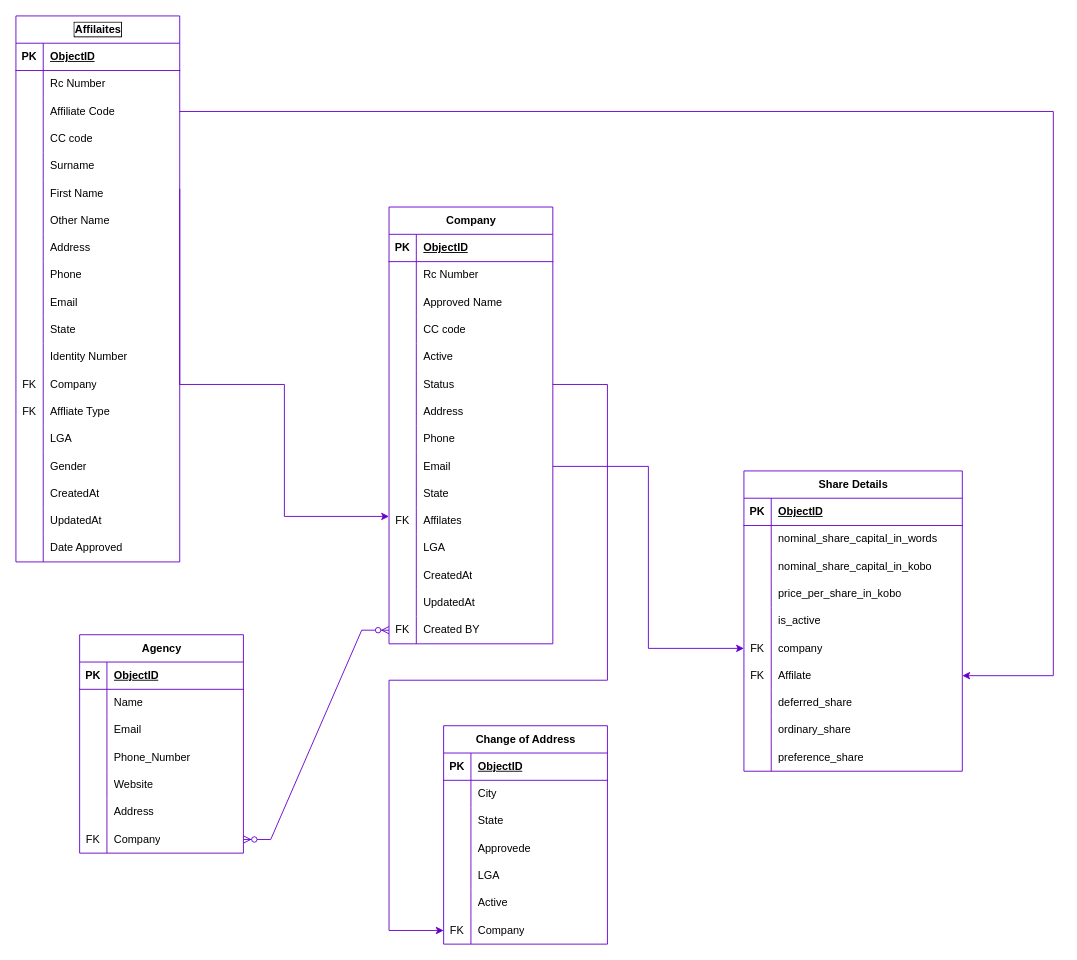
Before: models/Untitled Diagram.drawio in ketdev-og/stackoverflow_test, a draw.io diagram. Source tidied: cells renumbered, new cells numbered last; positions are measured from the earlier drawing's top-left corner, leaving out a move shared by most shapes. Both pictures are drawn from the tidied source at 91%, with x=0, y=0 at pixel (15, 15).
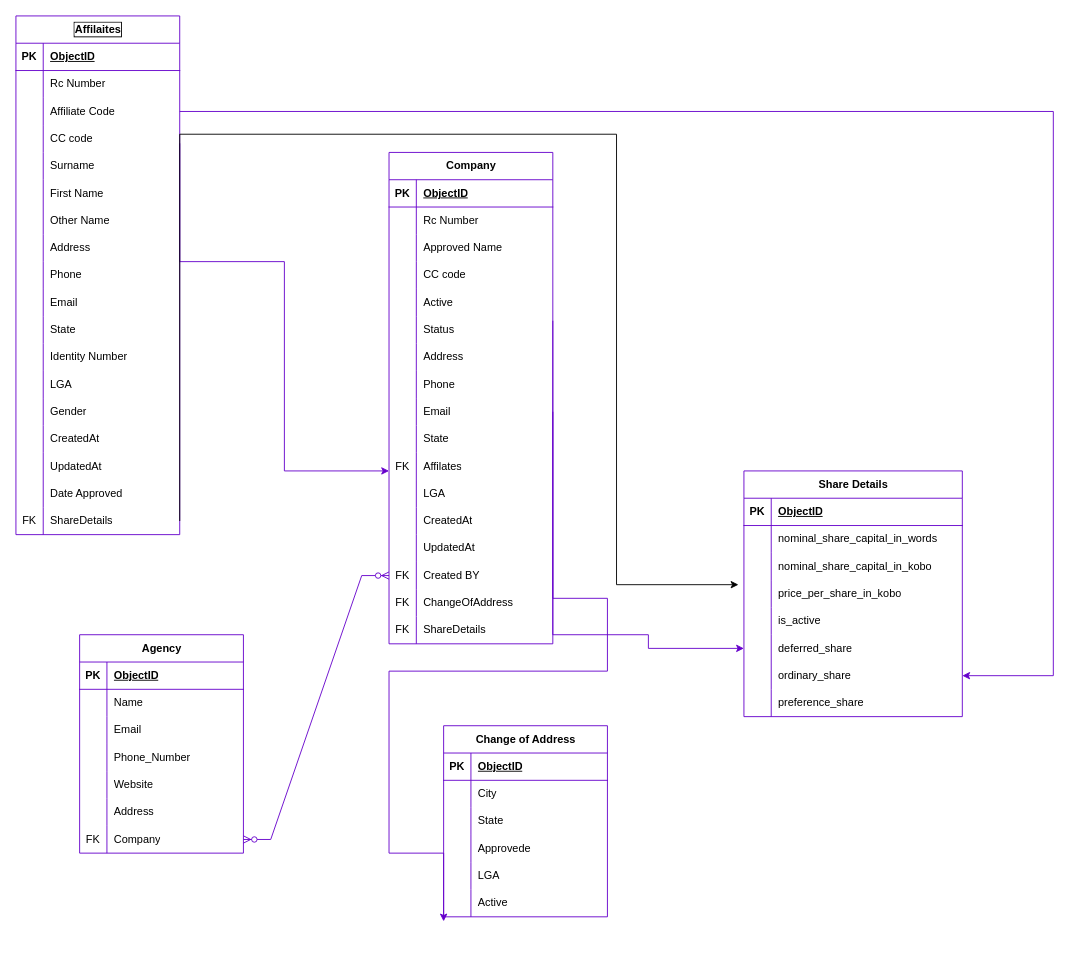
Above is the later version.

Unchanged cells that the change refers to:
```xml
<mxCell id="9" style="shape=tableRow;horizontal=0;startSize=0;swimlaneHead=0;swimlaneBody=0;fillColor=none;points=[[0,0.5],[1,0.5]];portConstraint=eastwest;top=0;left=0;right=0;bottom=0;fontColor=#000000;strokeColor=#6600CC;" parent="2" vertex="1">
  <mxGeometry y="90" width="180" height="30" as="geometry" />
</mxCell>
<mxCell id="76" style="shape=tableRow;horizontal=0;startSize=0;swimlaneHead=0;swimlaneBody=0;fillColor=none;points=[[0,0.5],[1,0.5]];portConstraint=eastwest;top=0;left=0;right=0;bottom=0;fontColor=#000000;strokeColor=#6600CC;" parent="60" vertex="1">
  <mxGeometry y="180" width="180" height="30" as="geometry" />
</mxCell>
<mxCell id="85" style="shape=tableRow;horizontal=0;startSize=0;swimlaneHead=0;swimlaneBody=0;fillColor=none;points=[[0,0.5],[1,0.5]];portConstraint=eastwest;top=0;left=0;right=0;bottom=0;fontColor=#000000;strokeColor=#6600CC;" parent="60" vertex="1">
  <mxGeometry y="270" width="180" height="30" as="geometry" />
</mxCell>
<mxCell id="139" style="shape=tableRow;horizontal=0;startSize=0;swimlaneHead=0;swimlaneBody=0;fillColor=none;points=[[0,0.5],[1,0.5]];portConstraint=eastwest;top=0;left=0;right=0;bottom=0;fontColor=#000000;strokeColor=#6600CC;" parent="129" vertex="1">
  <mxGeometry y="120" width="240" height="30" as="geometry" />
</mxCell>
```

Change to the diagram source:
```diff
@@
     <mxCell id="2" value="&lt;font color=&quot;#000000&quot; style=&quot;background-color: rgb(255, 255, 255);&quot;&gt;Affilaites&lt;/font&gt;" style="shape=table;startSize=30;childLayout=tableLayout;rowLines=0;fontStyle=1;align=center;html=1;fontColor=#FFFFFF;strokeColor=#6600CC;labelBackgroundColor=default;labelBorderColor=default;fillColor=#FFFFFF;" parent="1" vertex="1">
-      <mxGeometry width="180" height="600" as="geometry" />
+      <mxGeometry width="180" height="570" as="geometry" />
     </mxCell>
@@
-    <mxCell id="39" style="shape=tableRow;horizontal=0;startSize=0;swimlaneHead=0;swimlaneBody=0;fillColor=none;top=0;left=0;right=0;bottom=0;fontColor=#000000;strokeColor=#6600CC;" parent="2" vertex="1">
-      <mxGeometry y="390" width="180" height="30" as="geometry" />
-    </mxCell>
-    <mxCell id="40" value="FK" style="shape=partialRectangle;fillColor=none;top=0;left=0;bottom=0;right=0;overflow=hidden;whiteSpace=wrap;html=1;fontColor=#000000;strokeColor=#6600CC;" parent="39" vertex="1">
-      <mxGeometry width="30" height="30" as="geometry" />
-    </mxCell>
-    <mxCell id="41" value="Company" style="shape=partialRectangle;fillColor=none;top=0;left=0;bottom=0;right=0;align=left;spacingLeft=6;overflow=hidden;whiteSpace=wrap;html=1;fontColor=#000000;strokeColor=#6600CC;" parent="39" vertex="1">
-      <mxGeometry x="30" width="150" height="30" as="geometry" />
-    </mxCell>
-    <mxCell id="42" style="shape=tableRow;horizontal=0;startSize=0;swimlaneHead=0;swimlaneBody=0;fillColor=none;top=0;left=0;right=0;bottom=0;fontColor=#000000;strokeColor=#6600CC;" parent="2" vertex="1">
-      <mxGeometry y="420" width="180" height="30" as="geometry" />
-    </mxCell>
-    <mxCell id="43" value="FK" style="shape=partialRectangle;fillColor=none;top=0;left=0;bottom=0;right=0;overflow=hidden;whiteSpace=wrap;html=1;fontColor=#000000;strokeColor=#6600CC;" parent="42" vertex="1">
-      <mxGeometry width="30" height="30" as="geometry" />
-    </mxCell>
-    <mxCell id="44" value="Affliate Type" style="shape=partialRectangle;fillColor=none;top=0;left=0;bottom=0;right=0;align=left;spacingLeft=6;overflow=hidden;whiteSpace=wrap;html=1;fontColor=#000000;strokeColor=#6600CC;" parent="42" vertex="1">
-      <mxGeometry x="30" width="150" height="30" as="geometry" />
-    </mxCell>
     <mxCell id="45" style="shape=tableRow;horizontal=0;startSize=0;swimlaneHead=0;swimlaneBody=0;fillColor=none;top=0;left=0;right=0;bottom=0;fontColor=#000000;strokeColor=#6600CC;" parent="2" vertex="1">
-      <mxGeometry y="450" width="180" height="30" as="geometry" />
+      <mxGeometry y="390" width="180" height="30" as="geometry" />
     </mxCell>
@@
     <mxCell id="48" style="shape=tableRow;horizontal=0;startSize=0;swimlaneHead=0;swimlaneBody=0;fillColor=none;top=0;left=0;right=0;bottom=0;fontColor=#000000;strokeColor=#6600CC;" parent="2" vertex="1">
-      <mxGeometry y="480" width="180" height="30" as="geometry" />
+      <mxGeometry y="420" width="180" height="30" as="geometry" />
     </mxCell>
@@
     <mxCell id="51" style="shape=tableRow;horizontal=0;startSize=0;swimlaneHead=0;swimlaneBody=0;fillColor=none;top=0;left=0;right=0;bottom=0;fontColor=#000000;strokeColor=#6600CC;" parent="2" vertex="1">
-      <mxGeometry y="510" width="180" height="30" as="geometry" />
+      <mxGeometry y="450" width="180" height="30" as="geometry" />
     </mxCell>
@@
     <mxCell id="54" style="shape=tableRow;horizontal=0;startSize=0;swimlaneHead=0;swimlaneBody=0;fillColor=none;top=0;left=0;right=0;bottom=0;fontColor=#000000;strokeColor=#6600CC;" parent="2" vertex="1">
-      <mxGeometry y="540" width="180" height="30" as="geometry" />
+      <mxGeometry y="480" width="180" height="30" as="geometry" />
     </mxCell>
@@
     <mxCell id="57" style="shape=tableRow;horizontal=0;startSize=0;swimlaneHead=0;swimlaneBody=0;fillColor=none;top=0;left=0;right=0;bottom=0;fontColor=#000000;strokeColor=#6600CC;" parent="2" vertex="1">
-      <mxGeometry y="570" width="180" height="30" as="geometry" />
+      <mxGeometry y="510" width="180" height="30" as="geometry" />
     </mxCell>
@@
+    <mxCell id="186" style="shape=tableRow;horizontal=0;startSize=0;swimlaneHead=0;swimlaneBody=0;fillColor=none;points=[[0,0.5],[1,0.5]];portConstraint=eastwest;top=0;left=0;right=0;bottom=0;fontColor=#000000;strokeColor=#6600CC;" parent="2" vertex="1">
+      <mxGeometry y="540" width="180" height="30" as="geometry" />
+    </mxCell>
+    <mxCell id="187" value="FK" style="shape=partialRectangle;fillColor=none;top=0;left=0;bottom=0;right=0;overflow=hidden;whiteSpace=wrap;html=1;fontColor=#000000;strokeColor=#6600CC;" parent="186" vertex="1">
+      <mxGeometry width="30" height="30" as="geometry" />
+    </mxCell>
+    <mxCell id="188" value="ShareDetails" style="shape=partialRectangle;fillColor=none;top=0;left=0;bottom=0;right=0;align=left;spacingLeft=6;overflow=hidden;whiteSpace=wrap;html=1;fontColor=#000000;strokeColor=#6600CC;" parent="186" vertex="1">
+      <mxGeometry x="30" width="150" height="30" as="geometry" />
+    </mxCell>
     <mxCell id="60" value="&lt;font style=&quot;background-color: rgb(255, 255, 255);&quot; color=&quot;#030303&quot;&gt;Company&lt;/font&gt;" style="shape=table;startSize=30;childLayout=tableLayout;rowLines=0;fontStyle=1;align=center;html=1;fontColor=#000000;strokeColor=#6600CC;labelBackgroundColor=default;fillColor=#FFFFFF;" parent="1" vertex="1">
-      <mxGeometry x="410" y="210" width="180" height="480" as="geometry" />
+      <mxGeometry x="410" y="150" width="180" height="540" as="geometry" />
     </mxCell>
@@
+    <mxCell id="189" style="shape=tableRow;horizontal=0;startSize=0;swimlaneHead=0;swimlaneBody=0;fillColor=none;top=0;left=0;right=0;bottom=0;fontColor=#000000;strokeColor=#6600CC;" parent="60" vertex="1">
+      <mxGeometry y="480" width="180" height="30" as="geometry" />
+    </mxCell>
+    <mxCell id="190" value="FK" style="shape=partialRectangle;fillColor=none;top=0;left=0;bottom=0;right=0;overflow=hidden;whiteSpace=wrap;html=1;fontColor=#000000;strokeColor=#6600CC;" parent="189" vertex="1">
+      <mxGeometry width="30" height="30" as="geometry" />
+    </mxCell>
+    <mxCell id="191" value="ChangeOfAddress" style="shape=partialRectangle;fillColor=none;top=0;left=0;bottom=0;right=0;align=left;spacingLeft=6;overflow=hidden;whiteSpace=wrap;html=1;fontColor=#000000;strokeColor=#6600CC;" parent="189" vertex="1">
+      <mxGeometry x="30" width="150" height="30" as="geometry" />
+    </mxCell>
+    <mxCell id="192" style="shape=tableRow;horizontal=0;startSize=0;swimlaneHead=0;swimlaneBody=0;fillColor=none;top=0;left=0;right=0;bottom=0;fontColor=#000000;strokeColor=#6600CC;" parent="60" vertex="1">
+      <mxGeometry y="510" width="180" height="30" as="geometry" />
+    </mxCell>
+    <mxCell id="193" value="FK" style="shape=partialRectangle;fillColor=none;top=0;left=0;bottom=0;right=0;overflow=hidden;whiteSpace=wrap;html=1;fontColor=#000000;strokeColor=#6600CC;" parent="192" vertex="1">
+      <mxGeometry width="30" height="30" as="geometry" />
+    </mxCell>
+    <mxCell id="194" value="ShareDetails" style="shape=partialRectangle;fillColor=none;top=0;left=0;bottom=0;right=0;align=left;spacingLeft=6;overflow=hidden;whiteSpace=wrap;html=1;fontColor=#000000;strokeColor=#6600CC;" parent="192" vertex="1">
+      <mxGeometry x="30" width="150" height="30" as="geometry" />
+    </mxCell>
     <mxCell id="106" style="edgeStyle=orthogonalEdgeStyle;rounded=0;orthogonalLoop=1;jettySize=auto;html=1;exitX=1;exitY=0.5;exitDx=0;exitDy=0;entryX=0;entryY=0.5;entryDx=0;entryDy=0;fontColor=#000000;strokeColor=#6600CC;" parent="1" edge="1">
       <mxGeometry relative="1" as="geometry">
-        <mxPoint x="180" y="190" as="sourcePoint" />
-        <mxPoint x="410" y="550" as="targetPoint" />
+        <mxPoint x="180" y="140" as="sourcePoint" />
+        <mxPoint x="410" y="500" as="targetPoint" />
         <Array as="points">
-          <mxPoint x="180" y="405" />
-          <mxPoint x="295" y="405" />
-          <mxPoint x="295" y="550" />
+          <mxPoint x="180" y="270" />
+          <mxPoint x="295" y="270" />
+          <mxPoint x="295" y="500" />
         </Array>
       </mxGeometry>
     </mxCell>
@@
     <mxCell id="129" value="&lt;font style=&quot;background-color: rgb(255, 255, 255);&quot;&gt;Share Details&lt;/font&gt;" style="shape=table;startSize=30;childLayout=tableLayout;rowLines=0;fontStyle=1;align=center;html=1;fontColor=#000000;strokeColor=#6600CC;fillColor=#FFFFFF;" parent="1" vertex="1">
-      <mxGeometry x="800" y="500" width="240" height="330" as="geometry" />
+      <mxGeometry x="800" y="500" width="240" height="270" as="geometry" />
     </mxCell>
@@
-    <mxCell id="145" style="shape=tableRow;horizontal=0;startSize=0;swimlaneHead=0;swimlaneBody=0;fillColor=none;points=[[0,0.5],[1,0.5]];portConstraint=eastwest;top=0;left=0;right=0;bottom=0;fontColor=#000000;strokeColor=#6600CC;" parent="129" vertex="1">
-      <mxGeometry y="180" width="240" height="30" as="geometry" />
-    </mxCell>
-    <mxCell id="146" value="FK" style="shape=partialRectangle;fillColor=none;top=0;left=0;bottom=0;right=0;overflow=hidden;whiteSpace=wrap;html=1;fontColor=#000000;strokeColor=#6600CC;" parent="145" vertex="1">
-      <mxGeometry width="30" height="30" as="geometry" />
-    </mxCell>
-    <mxCell id="147" value="company" style="shape=partialRectangle;fillColor=none;top=0;left=0;bottom=0;right=0;align=left;spacingLeft=6;overflow=hidden;whiteSpace=wrap;html=1;fontColor=#000000;strokeColor=#6600CC;" parent="145" vertex="1">
-      <mxGeometry x="30" width="210" height="30" as="geometry" />
-    </mxCell>
-    <mxCell id="148" style="shape=tableRow;horizontal=0;startSize=0;swimlaneHead=0;swimlaneBody=0;fillColor=none;points=[[0,0.5],[1,0.5]];portConstraint=eastwest;top=0;left=0;right=0;bottom=0;fontColor=#000000;strokeColor=#6600CC;" parent="129" vertex="1">
-      <mxGeometry y="210" width="240" height="30" as="geometry" />
-    </mxCell>
-    <mxCell id="149" value="FK" style="shape=partialRectangle;fillColor=none;top=0;left=0;bottom=0;right=0;overflow=hidden;whiteSpace=wrap;html=1;fontColor=#000000;strokeColor=#6600CC;" parent="148" vertex="1">
-      <mxGeometry width="30" height="30" as="geometry" />
-    </mxCell>
-    <mxCell id="150" value="Affilate" style="shape=partialRectangle;fillColor=none;top=0;left=0;bottom=0;right=0;align=left;spacingLeft=6;overflow=hidden;whiteSpace=wrap;html=1;fontColor=#000000;strokeColor=#6600CC;" parent="148" vertex="1">
-      <mxGeometry x="30" width="210" height="30" as="geometry" />
-    </mxCell>
     <mxCell id="151" style="shape=tableRow;horizontal=0;startSize=0;swimlaneHead=0;swimlaneBody=0;fillColor=none;top=0;left=0;right=0;bottom=0;fontColor=#000000;strokeColor=#6600CC;" parent="129" vertex="1">
-      <mxGeometry y="240" width="240" height="30" as="geometry" />
+      <mxGeometry y="180" width="240" height="30" as="geometry" />
     </mxCell>
@@
     <mxCell id="154" style="shape=tableRow;horizontal=0;startSize=0;swimlaneHead=0;swimlaneBody=0;fillColor=none;top=0;left=0;right=0;bottom=0;fontColor=#000000;strokeColor=#6600CC;" parent="129" vertex="1">
-      <mxGeometry y="270" width="240" height="30" as="geometry" />
+      <mxGeometry y="210" width="240" height="30" as="geometry" />
     </mxCell>
@@
     <mxCell id="157" style="shape=tableRow;horizontal=0;startSize=0;swimlaneHead=0;swimlaneBody=0;fillColor=none;top=0;left=0;right=0;bottom=0;fontColor=#000000;strokeColor=#6600CC;" parent="129" vertex="1">
-      <mxGeometry y="300" width="240" height="30" as="geometry" />
+      <mxGeometry y="240" width="240" height="30" as="geometry" />
     </mxCell>
@@
-    <mxCell id="160" style="edgeStyle=orthogonalEdgeStyle;rounded=0;jettySize=auto;html=1;exitX=1;exitY=0.5;exitDx=0;exitDy=0;entryX=1;entryY=0.5;entryDx=0;entryDy=0;fontColor=#000000;strokeColor=#6600CC;" parent="1" edge="1" source="9" target="148">
+    <mxCell id="160" style="edgeStyle=orthogonalEdgeStyle;rounded=0;jettySize=auto;html=1;exitX=1;exitY=0.5;exitDx=0;exitDy=0;entryX=1;entryY=0.5;entryDx=0;entryDy=0;fontColor=#000000;strokeColor=#6600CC;" parent="1" edge="1" source="9">
       <mxGeometry relative="1" as="geometry">
+        <mxPoint x="1040" y="725" as="targetPoint" />
         <Array as="points">
           <mxPoint x="1140" y="105" />
           <mxPoint x="1140" y="725" />
         </Array>
       </mxGeometry>
     </mxCell>
-    <mxCell id="161" style="edgeStyle=orthogonalEdgeStyle;rounded=0;jettySize=auto;html=1;exitX=1;exitY=0.5;exitDx=0;exitDy=0;entryX=0;entryY=0.5;entryDx=0;entryDy=0;fontColor=#000000;strokeColor=#6600CC;" parent="1" edge="1" source="85" target="145">
-      <mxGeometry relative="1" as="geometry" />
+    <mxCell id="161" style="edgeStyle=orthogonalEdgeStyle;rounded=0;jettySize=auto;html=1;exitX=1;exitY=0.5;exitDx=0;exitDy=0;entryX=0;entryY=0.5;entryDx=0;entryDy=0;fontColor=#000000;strokeColor=#6600CC;" parent="1" edge="1" source="85">
+      <mxGeometry relative="1" as="geometry">
+        <mxPoint x="800" y="695" as="targetPoint" />
+        <Array as="points">
+          <mxPoint x="590" y="680" />
+          <mxPoint x="695" y="680" />
+          <mxPoint x="695" y="695" />
+        </Array>
+      </mxGeometry>
     </mxCell>
     <mxCell id="162" value="&lt;font style=&quot;background-color: rgb(255, 255, 255);&quot; color=&quot;#000000&quot;&gt;Change of Address&lt;/font&gt;" style="shape=table;startSize=30;childLayout=tableLayout;rowLines=0;fontStyle=1;align=center;html=1;fontColor=#FFFFFF;strokeColor=#6600CC;fillColor=#FFFFFF;" parent="1" vertex="1">
-      <mxGeometry x="470" y="780" width="180" height="240" as="geometry" />
+      <mxGeometry x="470" y="780" width="180" height="210" as="geometry" />
     </mxCell>
@@
-    <mxCell id="181" style="shape=tableRow;horizontal=0;startSize=0;swimlaneHead=0;swimlaneBody=0;fillColor=none;points=[[0,0.5],[1,0.5]];portConstraint=eastwest;top=0;left=0;right=0;bottom=0;fontColor=#000000;strokeColor=#6600CC;" parent="162" vertex="1">
-      <mxGeometry y="210" width="180" height="30" as="geometry" />
-    </mxCell>
-    <mxCell id="182" value="FK" style="shape=partialRectangle;fillColor=none;top=0;left=0;bottom=0;right=0;overflow=hidden;whiteSpace=wrap;html=1;fontColor=#000000;strokeColor=#6600CC;" parent="181" vertex="1">
-      <mxGeometry width="30" height="30" as="geometry" />
-    </mxCell>
-    <mxCell id="183" value="Company" style="shape=partialRectangle;fillColor=none;top=0;left=0;bottom=0;right=0;align=left;spacingLeft=6;overflow=hidden;whiteSpace=wrap;html=1;fontColor=#000000;strokeColor=#6600CC;" parent="181" vertex="1">
-      <mxGeometry x="30" width="150" height="30" as="geometry" />
-    </mxCell>
-    <mxCell id="184" style="edgeStyle=orthogonalEdgeStyle;rounded=0;jettySize=auto;html=1;exitX=1;exitY=0.5;exitDx=0;exitDy=0;entryX=0;entryY=0.5;entryDx=0;entryDy=0;fontColor=#000000;strokeColor=#6600CC;" parent="1" edge="1" source="76" target="181">
+    <mxCell id="184" style="edgeStyle=orthogonalEdgeStyle;rounded=0;orthogonalLoop=1;jettySize=auto;html=1;exitX=1;exitY=0.5;exitDx=0;exitDy=0;entryX=0;entryY=0.5;entryDx=0;entryDy=0;fontColor=#000000;strokeColor=#6600CC;" parent="1" edge="1">
       <mxGeometry relative="1" as="geometry">
+        <mxPoint x="590" y="335" as="sourcePoint" />
+        <mxPoint x="470" y="995" as="targetPoint" />
         <Array as="points">
-          <mxPoint x="650" y="405" />
-          <mxPoint x="650" y="730" />
-          <mxPoint x="410" y="730" />
-          <mxPoint x="410" y="1005" />
+          <mxPoint x="590" y="640" />
+          <mxPoint x="650" y="640" />
+          <mxPoint x="650" y="720" />
+          <mxPoint x="410" y="720" />
+          <mxPoint x="410" y="920" />
+          <mxPoint x="470" y="920" />
         </Array>
       </mxGeometry>
     </mxCell>
@@
+    <mxCell id="195" style="edgeStyle=orthogonalEdgeStyle;rounded=0;jettySize=auto;html=1;exitX=1;exitY=0.5;exitDx=0;exitDy=0;entryX=-0.025;entryY=0.167;entryDx=0;entryDy=0;entryPerimeter=0;" parent="1" edge="1" source="186" target="139">
+      <mxGeometry relative="1" as="geometry">
+        <Array as="points">
+          <mxPoint x="180" y="130" />
+          <mxPoint x="660" y="130" />
+          <mxPoint x="660" y="625" />
+        </Array>
+      </mxGeometry>
+    </mxCell>
```
